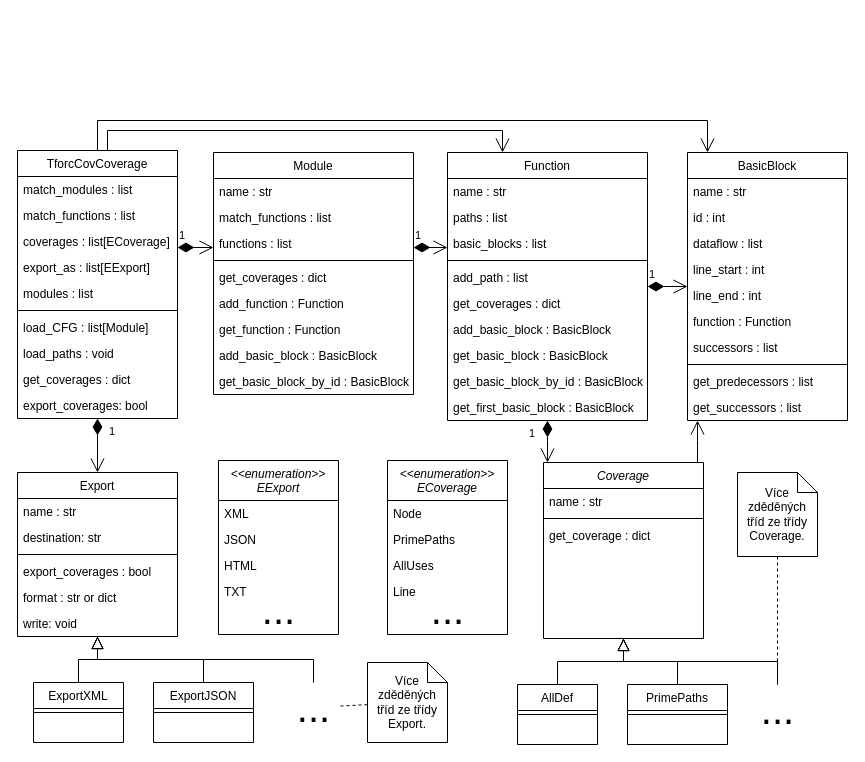
The draw.io diagram class_coverage.drawio in petkapou/DIP_diagrams, before the edit. Source tidied: cells renumbered, new cells numbered last; positions are measured from the earlier drawing's top-left corner, leaving out a move shared by most shapes. Both pictures are drawn from the tidied source at 100%, with x=0, y=0 at pixel (17, 120).
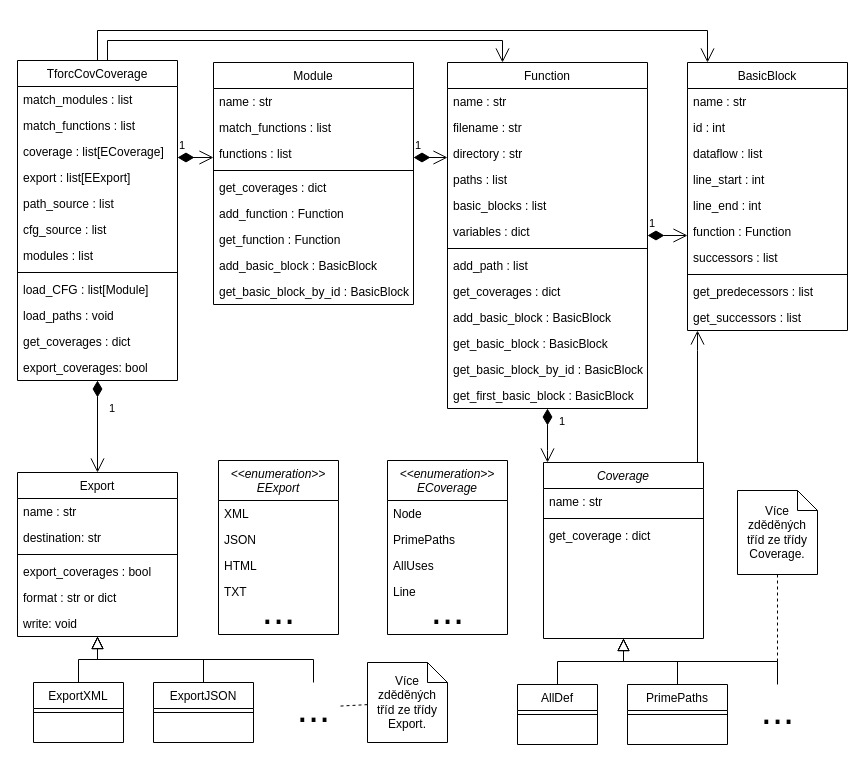
The same page after the edit.

The change refers to these unchanged cells:
```xml
<mxCell id="2" value="Coverage" style="swimlane;fontStyle=2;align=center;verticalAlign=top;horizontal=1;startSize=26;rounded=0;shadow=0;strokeWidth=1;" parent="1" vertex="1">
  <mxGeometry x="526" y="342" width="160" height="176" as="geometry" />
</mxCell>
<mxCell id="71" value="..." style="text;html=1;align=center;verticalAlign=middle;points=[];fillColor=none;strokeColor=none;rounded=0;fontSize=40;" parent="1" vertex="1">
  <mxGeometry x="735" y="564" width="50" height="50" as="geometry" />
</mxCell>
```

The edit, as a diff of the source:
```diff
@@
     <mxCell id="12" value="Function" style="swimlane;fontStyle=0;align=center;verticalAlign=top;horizontal=1;startSize=26;rounded=0;shadow=0;strokeWidth=1;" parent="1" vertex="1">
-      <mxGeometry x="430" y="32" width="200" height="268" as="geometry" />
+      <mxGeometry x="430" y="-58" width="200" height="346" as="geometry" />
     </mxCell>
@@
-    <mxCell id="14" value="paths : list" style="text;align=left;verticalAlign=top;spacingLeft=4;spacingRight=4;overflow=hidden;rounded=0;shadow=0;html=0;" parent="12" vertex="1">
+    <mxCell id="14" value="filename : str" style="text;align=left;verticalAlign=top;spacingLeft=4;spacingRight=4;overflow=hidden;rounded=0;shadow=0;html=0;" parent="12" vertex="1">
       <mxGeometry y="52" width="200" height="26" as="geometry" />
     </mxCell>
+    <mxCell id="96" value="directory : str" style="text;align=left;verticalAlign=top;spacingLeft=4;spacingRight=4;overflow=hidden;rounded=0;shadow=0;html=0;" parent="12" vertex="1">
+      <mxGeometry y="78" width="200" height="26" as="geometry" />
+    </mxCell>
+    <mxCell id="97" value="paths : list" style="text;align=left;verticalAlign=top;spacingLeft=4;spacingRight=4;overflow=hidden;rounded=0;shadow=0;html=0;" parent="12" vertex="1">
+      <mxGeometry y="104" width="200" height="26" as="geometry" />
+    </mxCell>
     <mxCell id="15" value="basic_blocks : list" style="text;align=left;verticalAlign=top;spacingLeft=4;spacingRight=4;overflow=hidden;rounded=0;shadow=0;html=0;" parent="12" vertex="1">
-      <mxGeometry y="78" width="200" height="26" as="geometry" />
+      <mxGeometry y="130" width="200" height="26" as="geometry" />
     </mxCell>
+    <mxCell id="98" value="variables : dict" style="text;align=left;verticalAlign=top;spacingLeft=4;spacingRight=4;overflow=hidden;rounded=0;shadow=0;html=0;" parent="12" vertex="1">
+      <mxGeometry y="156" width="200" height="26" as="geometry" />
+    </mxCell>
     <mxCell id="16" style="line;html=1;strokeWidth=1;align=left;verticalAlign=middle;spacingTop=-1;spacingLeft=3;spacingRight=3;labelPosition=right;" parent="12" vertex="1">
-      <mxGeometry y="104" width="200" height="8" as="geometry" />
+      <mxGeometry y="182" width="200" height="8" as="geometry" />
     </mxCell>
     <mxCell id="17" value="add_path : list" style="text;align=left;verticalAlign=top;spacingLeft=4;spacingRight=4;overflow=hidden;" parent="12" vertex="1">
-      <mxGeometry y="112" width="200" height="26" as="geometry" />
+      <mxGeometry y="190" width="200" height="26" as="geometry" />
     </mxCell>
     <mxCell id="18" value="get_coverages : dict" style="text;align=left;verticalAlign=top;spacingLeft=4;spacingRight=4;overflow=hidden;" parent="12" vertex="1">
-      <mxGeometry y="138" width="200" height="26" as="geometry" />
+      <mxGeometry y="216" width="200" height="26" as="geometry" />
     </mxCell>
     <mxCell id="19" value="add_basic_block : BasicBlock" style="text;align=left;verticalAlign=top;spacingLeft=4;spacingRight=4;overflow=hidden;" parent="12" vertex="1">
-      <mxGeometry y="164" width="200" height="26" as="geometry" />
+      <mxGeometry y="242" width="200" height="26" as="geometry" />
     </mxCell>
     <mxCell id="20" value="get_basic_block : BasicBlock" style="text;align=left;verticalAlign=top;spacingLeft=4;spacingRight=4;overflow=hidden;" parent="12" vertex="1">
-      <mxGeometry y="190" width="200" height="26" as="geometry" />
+      <mxGeometry y="268" width="200" height="26" as="geometry" />
     </mxCell>
     <mxCell id="21" value="get_basic_block_by_id : BasicBlock" style="text;align=left;verticalAlign=top;spacingLeft=4;spacingRight=4;overflow=hidden;" parent="12" vertex="1">
-      <mxGeometry y="216" width="200" height="26" as="geometry" />
+      <mxGeometry y="294" width="200" height="26" as="geometry" />
     </mxCell>
     <mxCell id="22" value="get_first_basic_block : BasicBlock" style="text;align=left;verticalAlign=top;spacingLeft=4;spacingRight=4;overflow=hidden;" parent="12" vertex="1">
-      <mxGeometry y="242" width="200" height="26" as="geometry" />
+      <mxGeometry y="320" width="200" height="26" as="geometry" />
     </mxCell>
     <mxCell id="23" value="TforcCovCoverage" style="swimlane;fontStyle=0;align=center;verticalAlign=top;horizontal=1;startSize=26;rounded=0;shadow=0;strokeWidth=1;" parent="1" vertex="1">
-      <mxGeometry y="30" width="160" height="268" as="geometry" />
+      <mxGeometry y="-60" width="160" height="320" as="geometry" />
     </mxCell>
@@
-    <mxCell id="26" value="coverages : list[ECoverage]" style="text;align=left;verticalAlign=top;spacingLeft=4;spacingRight=4;overflow=hidden;rounded=0;shadow=0;html=0;" parent="23" vertex="1">
+    <mxCell id="26" value="coverage : list[ECoverage]" style="text;align=left;verticalAlign=top;spacingLeft=4;spacingRight=4;overflow=hidden;rounded=0;shadow=0;html=0;" parent="23" vertex="1">
       <mxGeometry y="78" width="160" height="26" as="geometry" />
     </mxCell>
-    <mxCell id="27" value="export_as : list[EExport]" style="text;align=left;verticalAlign=top;spacingLeft=4;spacingRight=4;overflow=hidden;" parent="23" vertex="1">
+    <mxCell id="27" value="export : list[EExport]" style="text;align=left;verticalAlign=top;spacingLeft=4;spacingRight=4;overflow=hidden;" parent="23" vertex="1">
       <mxGeometry y="104" width="160" height="26" as="geometry" />
     </mxCell>
+    <mxCell id="99" value="path_source : list" style="text;align=left;verticalAlign=top;spacingLeft=4;spacingRight=4;overflow=hidden;rounded=0;shadow=0;html=0;" parent="23" vertex="1">
+      <mxGeometry y="130" width="160" height="26" as="geometry" />
+    </mxCell>
+    <mxCell id="100" value="cfg_source : list" style="text;align=left;verticalAlign=top;spacingLeft=4;spacingRight=4;overflow=hidden;rounded=0;shadow=0;html=0;" parent="23" vertex="1">
+      <mxGeometry y="156" width="160" height="26" as="geometry" />
+    </mxCell>
     <mxCell id="28" value="modules : list" style="text;align=left;verticalAlign=top;spacingLeft=4;spacingRight=4;overflow=hidden;rounded=0;shadow=0;html=0;" parent="23" vertex="1">
-      <mxGeometry y="130" width="160" height="26" as="geometry" />
+      <mxGeometry y="182" width="160" height="26" as="geometry" />
     </mxCell>
     <mxCell id="29" style="line;html=1;strokeWidth=1;align=left;verticalAlign=middle;spacingTop=-1;spacingLeft=3;spacingRight=3;labelPosition=right;" parent="23" vertex="1">
-      <mxGeometry y="156" width="160" height="8" as="geometry" />
+      <mxGeometry y="208" width="160" height="8" as="geometry" />
     </mxCell>
     <mxCell id="30" value="load_CFG : list[Module]" style="text;align=left;verticalAlign=top;spacingLeft=4;spacingRight=4;overflow=hidden;" parent="23" vertex="1">
-      <mxGeometry y="164" width="160" height="26" as="geometry" />
+      <mxGeometry y="216" width="160" height="26" as="geometry" />
     </mxCell>
     <mxCell id="31" value="load_paths : void" style="text;align=left;verticalAlign=top;spacingLeft=4;spacingRight=4;overflow=hidden;" parent="23" vertex="1">
-      <mxGeometry y="190" width="160" height="26" as="geometry" />
+      <mxGeometry y="242" width="160" height="26" as="geometry" />
     </mxCell>
     <mxCell id="32" value="get_coverages : dict" style="text;align=left;verticalAlign=top;spacingLeft=4;spacingRight=4;overflow=hidden;" parent="23" vertex="1">
-      <mxGeometry y="216" width="160" height="26" as="geometry" />
+      <mxGeometry y="268" width="160" height="26" as="geometry" />
     </mxCell>
     <mxCell id="33" value="export_coverages: bool" style="text;align=left;verticalAlign=top;spacingLeft=4;spacingRight=4;overflow=hidden;" parent="23" vertex="1">
-      <mxGeometry y="242" width="160" height="26" as="geometry" />
+      <mxGeometry y="294" width="160" height="26" as="geometry" />
     </mxCell>
     <mxCell id="34" value="Module" style="swimlane;fontStyle=0;align=center;verticalAlign=top;horizontal=1;startSize=26;rounded=0;shadow=0;strokeWidth=1;" parent="1" vertex="1">
-      <mxGeometry x="196" y="32" width="200" height="242" as="geometry" />
+      <mxGeometry x="196" y="-58" width="200" height="242" as="geometry" />
     </mxCell>
@@
     <mxCell id="44" value="BasicBlock" style="swimlane;fontStyle=0;align=center;verticalAlign=top;horizontal=1;startSize=26;rounded=0;shadow=0;strokeWidth=1;" parent="1" vertex="1">
-      <mxGeometry x="670" y="32" width="160" height="268" as="geometry" />
+      <mxGeometry x="670" y="-58" width="160" height="268" as="geometry" />
     </mxCell>
@@
     <mxCell id="70" value="Více zděděných tříd ze třídy Coverage." style="shape=note;size=20;whiteSpace=wrap;html=1;" parent="1" vertex="1">
-      <mxGeometry x="720" y="352" width="80" height="84" as="geometry" />
+      <mxGeometry x="720" y="370" width="80" height="84" as="geometry" />
     </mxCell>
@@
-    <mxCell id="72" style="endArrow=none;dashed=1;html=1;rounded=0;fontSize=40;" parent="1" edge="1" source="70" target="71">
-      <mxGeometry relative="1" as="geometry" />
+    <mxCell id="72" style="endArrow=none;dashed=1;html=1;rounded=0;fontSize=40;" parent="1" edge="1" source="70">
+      <mxGeometry relative="1" as="geometry">
+        <mxPoint x="760" y="560" as="targetPoint" />
+      </mxGeometry>
     </mxCell>
@@
     <mxCell id="88" value="1" style="endArrow=open;html=1;endSize=12;startArrow=diamondThin;startSize=14;startFill=1;edgeStyle=orthogonalEdgeStyle;align=left;verticalAlign=bottom;rounded=0;" parent="1" edge="1" source="23" target="34">
       <mxGeometry x="-1" y="3" relative="1" as="geometry">
         <Array as="points">
-          <mxPoint x="170" y="127" />
-          <mxPoint x="170" y="127" />
+          <mxPoint x="170" y="37" />
+          <mxPoint x="170" y="37" />
         </Array>
       </mxGeometry>
     </mxCell>
     <mxCell id="89" value="1" style="endArrow=open;html=1;endSize=12;startArrow=diamondThin;startSize=14;startFill=1;edgeStyle=orthogonalEdgeStyle;align=left;verticalAlign=bottom;rounded=0;" parent="1" edge="1" source="34" target="12">
       <mxGeometry x="-1" y="3" relative="1" as="geometry">
         <Array as="points">
-          <mxPoint x="400" y="127" />
-          <mxPoint x="400" y="127" />
+          <mxPoint x="400" y="37" />
+          <mxPoint x="400" y="37" />
         </Array>
       </mxGeometry>
     </mxCell>
     <mxCell id="90" value="1" style="endArrow=open;html=1;endSize=12;startArrow=diamondThin;startSize=14;startFill=1;edgeStyle=orthogonalEdgeStyle;align=left;verticalAlign=bottom;rounded=0;" parent="1" edge="1" source="12" target="44">
       <mxGeometry x="-1" y="3" relative="1" as="geometry">
         <Array as="points">
-          <mxPoint x="580" y="130" />
-          <mxPoint x="580" y="130" />
+          <mxPoint x="580" y="40" />
+          <mxPoint x="580" y="40" />
         </Array>
       </mxGeometry>
     </mxCell>
-    <mxCell id="91" value="1" style="endArrow=open;html=1;endSize=12;startArrow=diamondThin;startSize=14;startFill=1;edgeStyle=orthogonalEdgeStyle;align=left;verticalAlign=bottom;rounded=0;" parent="1" edge="1" source="12" target="2">
-      <mxGeometry x="0.05" y="-20" relative="1" as="geometry">
-        <Array as="points">
-          <mxPoint x="530" y="320" />
-          <mxPoint x="530" y="320" />
-        </Array>
-      </mxGeometry>
-    </mxCell>
@@
     <mxCell id="93" style="endArrow=open;html=1;endSize=12;startArrow=none;startSize=14;startFill=0;edgeStyle=orthogonalEdgeStyle;align=left;verticalAlign=bottom;rounded=0;" parent="1" edge="1" source="2" target="44">
       <mxGeometry x="-0.52" y="-10" relative="1" as="geometry">
         <Array as="points">
-          <mxPoint x="680" y="320" />
-          <mxPoint x="680" y="320" />
+          <mxPoint x="680" y="230" />
+          <mxPoint x="680" y="230" />
         </Array>
       </mxGeometry>
     </mxCell>
     <mxCell id="94" style="endArrow=open;html=1;endSize=12;startArrow=none;startSize=14;startFill=0;edgeStyle=orthogonalEdgeStyle;align=left;verticalAlign=bottom;rounded=0;" parent="1" edge="1" source="23" target="44">
       <mxGeometry x="-0.52" y="-10" relative="1" as="geometry">
         <Array as="points">
-          <mxPoint x="80" />
-          <mxPoint x="690" />
+          <mxPoint x="80" y="-90" />
+          <mxPoint x="690" y="-90" />
         </Array>
       </mxGeometry>
     </mxCell>
     <mxCell id="95" style="endArrow=open;html=1;endSize=12;startArrow=none;startSize=14;startFill=0;edgeStyle=orthogonalEdgeStyle;align=left;verticalAlign=bottom;rounded=0;" parent="1" edge="1" source="23" target="12">
       <mxGeometry x="-0.63" y="30" relative="1" as="geometry">
         <Array as="points">
-          <mxPoint x="90" y="10" />
-          <mxPoint x="485" y="10" />
+          <mxPoint x="90" y="-80" />
+          <mxPoint x="485" y="-80" />
         </Array>
       </mxGeometry>
     </mxCell>
+    <mxCell id="91" value="1" style="endArrow=open;html=1;endSize=12;startArrow=diamondThin;startSize=14;startFill=1;edgeStyle=orthogonalEdgeStyle;align=left;verticalAlign=bottom;rounded=0;" parent="1" edge="1" source="12" target="2">
+      <mxGeometry x="-0.19" y="10" relative="1" as="geometry">
+        <Array as="points">
+          <mxPoint x="530" y="330" />
+          <mxPoint x="530" y="330" />
+        </Array>
+      </mxGeometry>
+    </mxCell>
```
